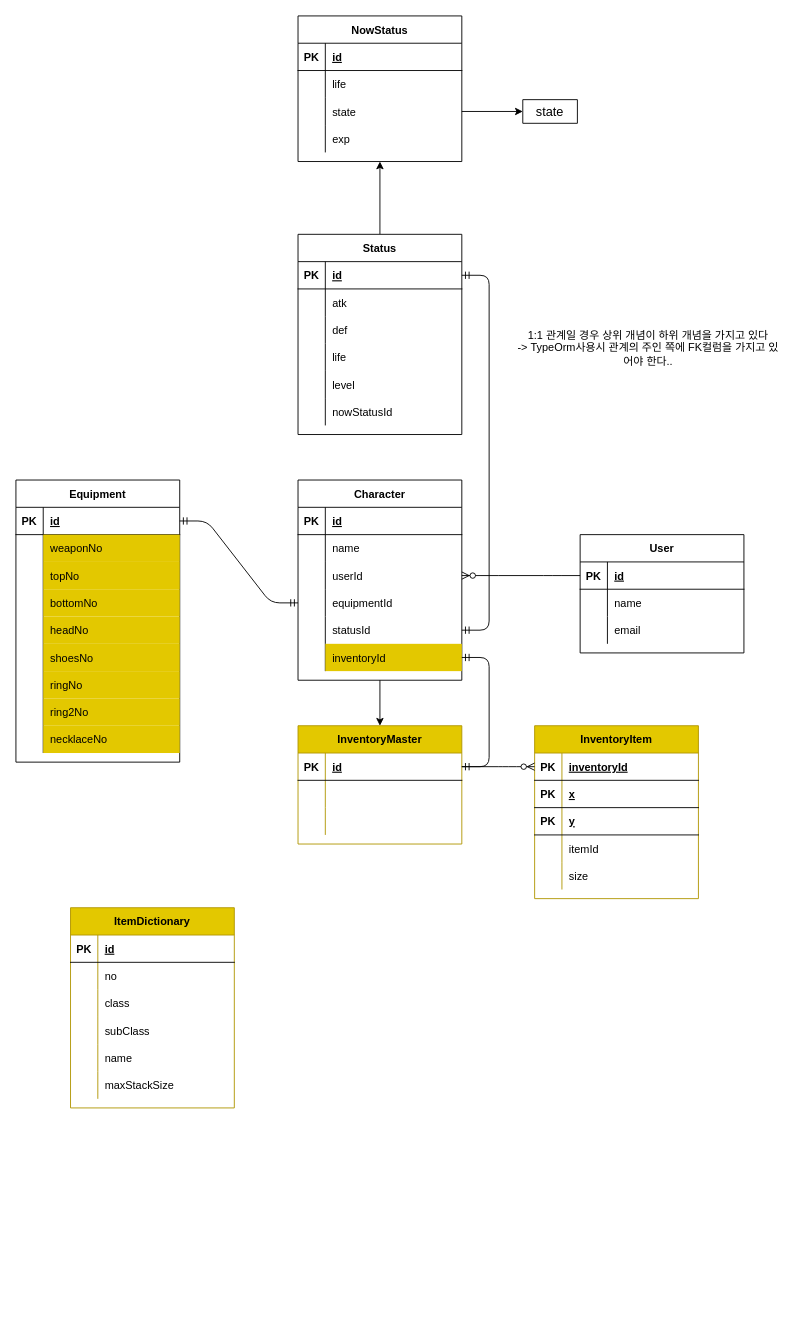
The draw.io diagram page "테이블" (2 of 2) of doc/설계_마인드맵.drawio in tjsahr0099/dev, before the edit. Source tidied: cells renumbered, new cells numbered last; positions are measured from the earlier drawing's top-left corner, leaving out a move shared by most shapes. Both pictures are drawn from the tidied source at 91%, with x=0, y=0 at pixel (15, 15).
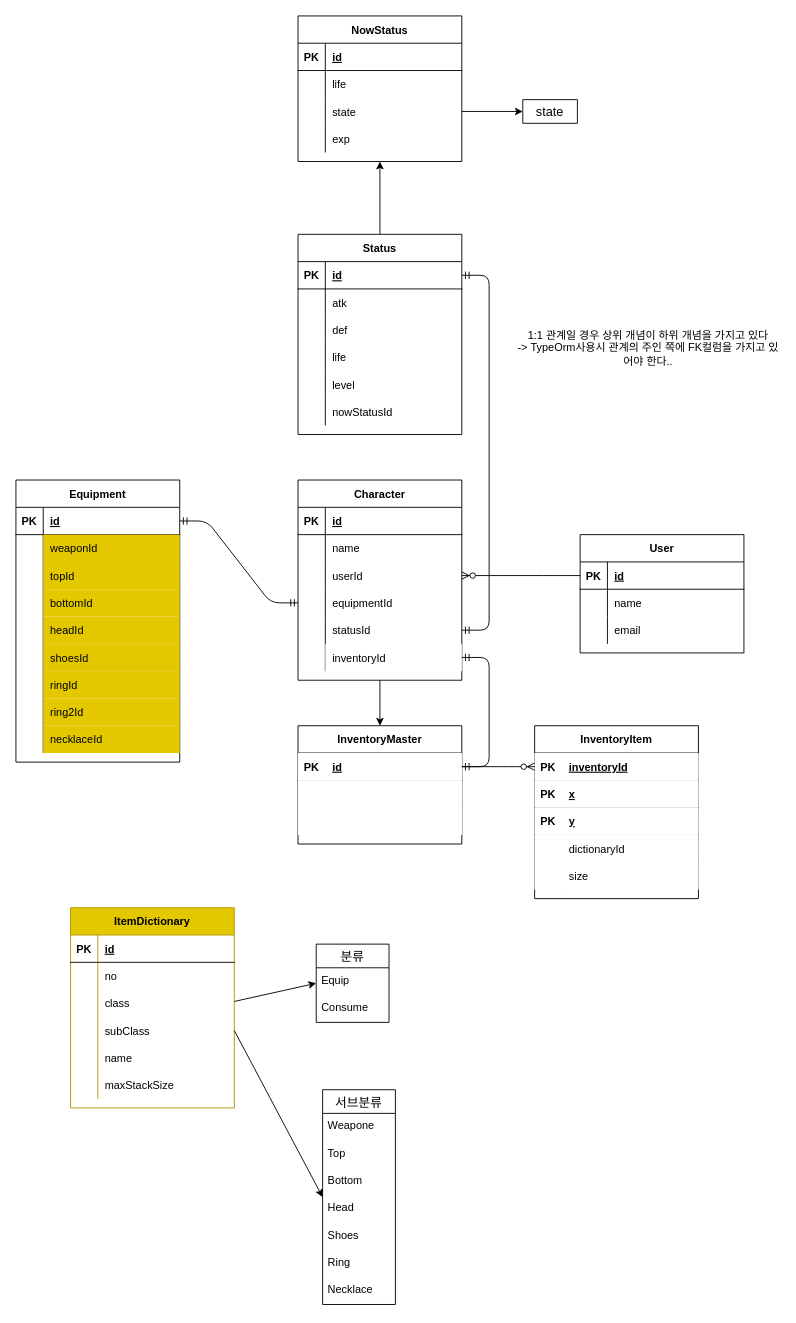
The same diagram, later.

Unchanged cells that the change refers to:
```xml
<mxCell id="20" style="shape=partialRectangle;fillColor=none;top=0;left=0;bottom=0;right=0;points=[[0,0.5],[1,0.5]];portConstraint=eastwest;" parent="4" vertex="1">
  <mxGeometry y="180" width="180" height="30" as="geometry" />
</mxCell>
<mxCell id="37" style="shape=partialRectangle;fillColor=none;top=0;left=0;bottom=0;right=0;" parent="33" vertex="1">
  <mxGeometry y="60" width="180" height="30" as="geometry" />
</mxCell>
<mxCell id="40" style="shape=partialRectangle;fillColor=none;top=0;left=0;bottom=0;right=0;" parent="33" vertex="1">
  <mxGeometry y="90" width="180" height="30" as="geometry" />
</mxCell>
<mxCell id="43" style="shape=partialRectangle;fillColor=none;top=0;left=0;bottom=0;right=0;" parent="33" vertex="1">
  <mxGeometry y="120" width="180" height="30" as="geometry" />
</mxCell>
<mxCell id="46" style="shape=partialRectangle;fillColor=none;top=0;left=0;bottom=0;right=0;" parent="33" vertex="1">
  <mxGeometry y="150" width="180" height="30" as="geometry" />
</mxCell>
<mxCell id="49" style="shape=partialRectangle;fillColor=none;top=0;left=0;bottom=0;right=0;" parent="33" vertex="1">
  <mxGeometry y="180" width="180" height="30" as="geometry" />
</mxCell>
<mxCell id="52" style="shape=partialRectangle;fillColor=none;top=0;left=0;bottom=0;right=0;" parent="33" vertex="1">
  <mxGeometry y="210" width="180" height="30" as="geometry" />
</mxCell>
<mxCell id="55" style="shape=partialRectangle;fillColor=none;top=0;left=0;bottom=0;right=0;" parent="33" vertex="1">
  <mxGeometry y="240" width="180" height="30" as="geometry" />
</mxCell>
<mxCell id="58" style="shape=partialRectangle;fillColor=none;top=0;left=0;bottom=0;right=0;" parent="33" vertex="1">
  <mxGeometry y="270" width="180" height="30" as="geometry" />
</mxCell>
<mxCell id="137" style="shape=partialRectangle;fillColor=none;top=0;left=0;bottom=0;right=0;points=[[0,0.5],[1,0.5]];portConstraint=eastwest;" parent="127" vertex="1">
  <mxGeometry y="120" width="180" height="30" as="geometry" />
</mxCell>
```

Diff of the diagram source:
```diff
@@
-    <mxCell id="22" value="inventoryId" style="shape=partialRectangle;fillColor=#e3c800;top=0;left=0;bottom=0;right=0;align=left;spacingLeft=6;overflow=hidden;strokeColor=#B09500;fontColor=#000000;" parent="20" vertex="1">
+    <mxCell id="22" value="inventoryId" style="shape=partialRectangle;top=0;left=0;bottom=0;right=0;align=left;spacingLeft=6;overflow=hidden;" parent="20" vertex="1">
       <mxGeometry x="30" width="150" height="30" as="geometry" />
     </mxCell>
@@
-    <mxCell id="39" value="weaponNo" style="shape=partialRectangle;fillColor=#e3c800;top=0;left=0;bottom=0;right=0;align=left;spacingLeft=6;overflow=hidden;strokeColor=#B09500;fontColor=#000000;" parent="37" vertex="1">
+    <mxCell id="39" value="weaponId" style="shape=partialRectangle;fillColor=#e3c800;top=0;left=0;bottom=0;right=0;align=left;spacingLeft=6;overflow=hidden;strokeColor=#B09500;fontColor=#000000;" parent="37" vertex="1">
       <mxGeometry x="30" width="150" height="30" as="geometry" />
     </mxCell>
@@
-    <mxCell id="42" value="topNo" style="shape=partialRectangle;fillColor=#e3c800;top=0;left=0;bottom=0;right=0;align=left;spacingLeft=6;overflow=hidden;strokeColor=#B09500;fontColor=#000000;" parent="40" vertex="1">
+    <mxCell id="42" value="topId" style="shape=partialRectangle;fillColor=#e3c800;top=0;left=0;bottom=0;right=0;align=left;spacingLeft=6;overflow=hidden;strokeColor=#B09500;fontColor=#000000;" parent="40" vertex="1">
       <mxGeometry x="30" width="150" height="30" as="geometry" />
     </mxCell>
@@
-    <mxCell id="45" value="bottomNo" style="shape=partialRectangle;fillColor=#e3c800;top=0;left=0;bottom=0;right=0;align=left;spacingLeft=6;overflow=hidden;strokeColor=#B09500;fontColor=#000000;" parent="43" vertex="1">
+    <mxCell id="45" value="bottomId" style="shape=partialRectangle;fillColor=#e3c800;top=0;left=0;bottom=0;right=0;align=left;spacingLeft=6;overflow=hidden;strokeColor=#B09500;fontColor=#000000;" parent="43" vertex="1">
       <mxGeometry x="30" width="150" height="30" as="geometry" />
     </mxCell>
@@
-    <mxCell id="48" value="headNo" style="shape=partialRectangle;fillColor=#e3c800;top=0;left=0;bottom=0;right=0;align=left;spacingLeft=6;overflow=hidden;strokeColor=#B09500;fontColor=#000000;" parent="46" vertex="1">
+    <mxCell id="48" value="headId" style="shape=partialRectangle;fillColor=#e3c800;top=0;left=0;bottom=0;right=0;align=left;spacingLeft=6;overflow=hidden;strokeColor=#B09500;fontColor=#000000;" parent="46" vertex="1">
       <mxGeometry x="30" width="150" height="30" as="geometry" />
     </mxCell>
@@
-    <mxCell id="51" value="shoesNo" style="shape=partialRectangle;fillColor=#e3c800;top=0;left=0;bottom=0;right=0;align=left;spacingLeft=6;overflow=hidden;strokeColor=#B09500;fontColor=#000000;" parent="49" vertex="1">
+    <mxCell id="51" value="shoesId" style="shape=partialRectangle;fillColor=#e3c800;top=0;left=0;bottom=0;right=0;align=left;spacingLeft=6;overflow=hidden;strokeColor=#B09500;fontColor=#000000;" parent="49" vertex="1">
       <mxGeometry x="30" width="150" height="30" as="geometry" />
     </mxCell>
@@
-    <mxCell id="54" value="ringNo" style="shape=partialRectangle;fillColor=#e3c800;top=0;left=0;bottom=0;right=0;align=left;spacingLeft=6;overflow=hidden;strokeColor=#B09500;fontColor=#000000;" parent="52" vertex="1">
+    <mxCell id="54" value="ringId" style="shape=partialRectangle;fillColor=#e3c800;top=0;left=0;bottom=0;right=0;align=left;spacingLeft=6;overflow=hidden;strokeColor=#B09500;fontColor=#000000;" parent="52" vertex="1">
       <mxGeometry x="30" width="150" height="30" as="geometry" />
     </mxCell>
@@
-    <mxCell id="57" value="ring2No" style="shape=partialRectangle;fillColor=#e3c800;top=0;left=0;bottom=0;right=0;align=left;spacingLeft=6;overflow=hidden;strokeColor=#B09500;fontColor=#000000;" parent="55" vertex="1">
+    <mxCell id="57" value="ring2Id" style="shape=partialRectangle;fillColor=#e3c800;top=0;left=0;bottom=0;right=0;align=left;spacingLeft=6;overflow=hidden;strokeColor=#B09500;fontColor=#000000;" parent="55" vertex="1">
       <mxGeometry x="30" width="150" height="30" as="geometry" />
     </mxCell>
@@
-    <mxCell id="60" value="necklaceNo" style="shape=partialRectangle;fillColor=#e3c800;top=0;left=0;bottom=0;right=0;align=left;spacingLeft=6;overflow=hidden;strokeColor=#B09500;fontColor=#000000;" parent="58" vertex="1">
+    <mxCell id="60" value="necklaceId" style="shape=partialRectangle;fillColor=#e3c800;top=0;left=0;bottom=0;right=0;align=left;spacingLeft=6;overflow=hidden;strokeColor=#B09500;fontColor=#000000;" parent="58" vertex="1">
       <mxGeometry x="30" width="150" height="30" as="geometry" />
     </mxCell>
@@
-    <mxCell id="99" value="InventoryMaster" style="shape=table;startSize=30;childLayout=tableLayout;rowLines=0;fontStyle=1;align=center;fillColor=#e3c800;strokeColor=#B09500;fontColor=#000000;" parent="1" vertex="1">
+    <mxCell id="99" value="InventoryMaster" style="shape=table;startSize=30;childLayout=tableLayout;rowLines=0;fontStyle=1;align=center;" parent="1" vertex="1">
       <mxGeometry x="310" y="780" width="180" height="130" as="geometry" />
     </mxCell>
-    <mxCell id="100" style="shape=partialRectangle;fillColor=none;top=0;left=0;bottom=1;right=0;points=[[0,0.5],[1,0.5]];portConstraint=eastwest;" parent="99" vertex="1">
+    <mxCell id="100" style="shape=partialRectangle;top=0;left=0;bottom=1;right=0;points=[[0,0.5],[1,0.5]];portConstraint=eastwest;" parent="99" vertex="1">
       <mxGeometry y="30" width="180" height="30" as="geometry" />
     </mxCell>
-    <mxCell id="101" value="PK" style="shape=partialRectangle;fillColor=none;top=0;left=0;bottom=0;right=0;fontStyle=1;overflow=hidden;" parent="100" vertex="1">
+    <mxCell id="101" value="PK" style="shape=partialRectangle;top=0;left=0;bottom=0;right=0;fontStyle=1;overflow=hidden;" parent="100" vertex="1">
       <mxGeometry width="30" height="30" as="geometry" />
     </mxCell>
-    <mxCell id="102" value="id" style="shape=partialRectangle;fillColor=none;top=0;left=0;bottom=0;right=0;align=left;spacingLeft=6;fontStyle=5;overflow=hidden;" parent="100" vertex="1">
+    <mxCell id="102" value="id" style="shape=partialRectangle;top=0;left=0;bottom=0;right=0;align=left;spacingLeft=6;fontStyle=5;overflow=hidden;" parent="100" vertex="1">
       <mxGeometry x="30" width="150" height="30" as="geometry" />
     </mxCell>
-    <mxCell id="103" style="shape=partialRectangle;fillColor=none;top=0;left=0;bottom=0;right=0;" parent="99" vertex="1">
+    <mxCell id="103" style="shape=partialRectangle;top=0;left=0;bottom=0;right=0;" parent="99" vertex="1">
       <mxGeometry y="60" width="180" height="30" as="geometry" />
     </mxCell>
-    <mxCell id="104" style="shape=partialRectangle;fillColor=none;top=0;left=0;bottom=0;right=0;overflow=hidden;" parent="103" vertex="1">
+    <mxCell id="104" style="shape=partialRectangle;top=0;left=0;bottom=0;right=0;overflow=hidden;" parent="103" vertex="1">
       <mxGeometry width="30" height="30" as="geometry" />
     </mxCell>
-    <mxCell id="105" style="shape=partialRectangle;fillColor=none;top=0;left=0;bottom=0;right=0;align=left;spacingLeft=6;overflow=hidden;" parent="103" vertex="1">
+    <mxCell id="105" style="shape=partialRectangle;top=0;left=0;bottom=0;right=0;align=left;spacingLeft=6;overflow=hidden;" parent="103" vertex="1">
       <mxGeometry x="30" width="150" height="30" as="geometry" />
     </mxCell>
-    <mxCell id="106" style="shape=partialRectangle;fillColor=none;top=0;left=0;bottom=0;right=0;" parent="99" vertex="1">
+    <mxCell id="106" style="shape=partialRectangle;top=0;left=0;bottom=0;right=0;" parent="99" vertex="1">
       <mxGeometry y="90" width="180" height="30" as="geometry" />
     </mxCell>
-    <mxCell id="107" style="shape=partialRectangle;fillColor=none;top=0;left=0;bottom=0;right=0;overflow=hidden;" parent="106" vertex="1">
+    <mxCell id="107" style="shape=partialRectangle;top=0;left=0;bottom=0;right=0;overflow=hidden;" parent="106" vertex="1">
       <mxGeometry width="30" height="30" as="geometry" />
     </mxCell>
-    <mxCell id="108" style="shape=partialRectangle;fillColor=none;top=0;left=0;bottom=0;right=0;align=left;spacingLeft=6;overflow=hidden;" parent="106" vertex="1">
+    <mxCell id="108" style="shape=partialRectangle;top=0;left=0;bottom=0;right=0;align=left;spacingLeft=6;overflow=hidden;" parent="106" vertex="1">
       <mxGeometry x="30" width="150" height="30" as="geometry" />
     </mxCell>
-    <mxCell id="109" value="InventoryItem" style="shape=table;startSize=30;childLayout=tableLayout;rowLines=0;fontStyle=1;align=center;fillColor=#e3c800;strokeColor=#B09500;fontColor=#000000;" parent="1" vertex="1">
+    <mxCell id="109" value="InventoryItem" style="shape=table;startSize=30;childLayout=tableLayout;rowLines=0;fontStyle=1;align=center;" parent="1" vertex="1">
       <mxGeometry x="570" y="780" width="180" height="190" as="geometry" />
     </mxCell>
-    <mxCell id="110" style="shape=partialRectangle;fillColor=none;top=0;left=0;bottom=1;right=0;points=[[0,0.5],[1,0.5]];portConstraint=eastwest;" parent="109" vertex="1">
+    <mxCell id="110" style="shape=partialRectangle;top=0;left=0;bottom=1;right=0;points=[[0,0.5],[1,0.5]];portConstraint=eastwest;" parent="109" vertex="1">
       <mxGeometry y="30" width="180" height="30" as="geometry" />
     </mxCell>
-    <mxCell id="111" value="PK" style="shape=partialRectangle;fillColor=none;top=0;left=0;bottom=0;right=0;fontStyle=1;overflow=hidden;" parent="110" vertex="1">
+    <mxCell id="111" value="PK" style="shape=partialRectangle;top=0;left=0;bottom=0;right=0;fontStyle=1;overflow=hidden;" parent="110" vertex="1">
       <mxGeometry width="30" height="30" as="geometry" />
     </mxCell>
-    <mxCell id="112" value="inventoryId" style="shape=partialRectangle;fillColor=none;top=0;left=0;bottom=0;right=0;align=left;spacingLeft=6;fontStyle=5;overflow=hidden;" parent="110" vertex="1">
+    <mxCell id="112" value="inventoryId" style="shape=partialRectangle;top=0;left=0;bottom=0;right=0;align=left;spacingLeft=6;fontStyle=5;overflow=hidden;" parent="110" vertex="1">
       <mxGeometry x="30" width="150" height="30" as="geometry" />
     </mxCell>
-    <mxCell id="113" style="shape=partialRectangle;fillColor=none;top=0;left=0;bottom=1;right=0;" parent="109" vertex="1">
+    <mxCell id="113" style="shape=partialRectangle;top=0;left=0;bottom=1;right=0;" parent="109" vertex="1">
       <mxGeometry y="60" width="180" height="30" as="geometry" />
     </mxCell>
-    <mxCell id="114" value="PK" style="shape=partialRectangle;fillColor=none;top=0;left=0;bottom=0;right=0;fontStyle=1;overflow=hidden;" parent="113" vertex="1">
+    <mxCell id="114" value="PK" style="shape=partialRectangle;top=0;left=0;bottom=0;right=0;fontStyle=1;overflow=hidden;" parent="113" vertex="1">
       <mxGeometry width="30" height="30" as="geometry" />
     </mxCell>
-    <mxCell id="115" value="x" style="shape=partialRectangle;fillColor=none;top=0;left=0;bottom=0;right=0;align=left;spacingLeft=6;fontStyle=5;overflow=hidden;" parent="113" vertex="1">
+    <mxCell id="115" value="x" style="shape=partialRectangle;top=0;left=0;bottom=0;right=0;align=left;spacingLeft=6;fontStyle=5;overflow=hidden;" parent="113" vertex="1">
       <mxGeometry x="30" width="150" height="30" as="geometry" />
     </mxCell>
-    <mxCell id="116" style="shape=partialRectangle;fillColor=none;top=0;left=0;bottom=1;right=0;" parent="109" vertex="1">
+    <mxCell id="116" style="shape=partialRectangle;top=0;left=0;bottom=1;right=0;" parent="109" vertex="1">
       <mxGeometry y="90" width="180" height="30" as="geometry" />
     </mxCell>
-    <mxCell id="117" value="PK" style="shape=partialRectangle;fillColor=none;top=0;left=0;bottom=0;right=0;fontStyle=1;overflow=hidden;" parent="116" vertex="1">
+    <mxCell id="117" value="PK" style="shape=partialRectangle;top=0;left=0;bottom=0;right=0;fontStyle=1;overflow=hidden;" parent="116" vertex="1">
       <mxGeometry width="30" height="30" as="geometry" />
     </mxCell>
-    <mxCell id="118" value="y" style="shape=partialRectangle;fillColor=none;top=0;left=0;bottom=0;right=0;align=left;spacingLeft=6;fontStyle=5;overflow=hidden;" parent="116" vertex="1">
+    <mxCell id="118" value="y" style="shape=partialRectangle;top=0;left=0;bottom=0;right=0;align=left;spacingLeft=6;fontStyle=5;overflow=hidden;" parent="116" vertex="1">
       <mxGeometry x="30" width="150" height="30" as="geometry" />
     </mxCell>
-    <mxCell id="119" style="shape=partialRectangle;fillColor=none;top=0;left=0;bottom=0;right=0;" parent="109" vertex="1">
+    <mxCell id="119" style="shape=partialRectangle;top=0;left=0;bottom=0;right=0;" parent="109" vertex="1">
       <mxGeometry y="120" width="180" height="30" as="geometry" />
     </mxCell>
-    <mxCell id="120" style="shape=partialRectangle;fillColor=none;top=0;left=0;bottom=0;right=0;overflow=hidden;" parent="119" vertex="1">
+    <mxCell id="120" style="shape=partialRectangle;top=0;left=0;bottom=0;right=0;overflow=hidden;" parent="119" vertex="1">
       <mxGeometry width="30" height="30" as="geometry" />
     </mxCell>
-    <mxCell id="121" value="itemId" style="shape=partialRectangle;fillColor=none;top=0;left=0;bottom=0;right=0;align=left;spacingLeft=6;overflow=hidden;" parent="119" vertex="1">
+    <mxCell id="121" value="dictionaryId" style="shape=partialRectangle;top=0;left=0;bottom=0;right=0;align=left;spacingLeft=6;overflow=hidden;" parent="119" vertex="1">
       <mxGeometry x="30" width="150" height="30" as="geometry" />
     </mxCell>
-    <mxCell id="122" style="shape=partialRectangle;fillColor=none;top=0;left=0;bottom=0;right=0;" parent="109" vertex="1">
+    <mxCell id="122" style="shape=partialRectangle;top=0;left=0;bottom=0;right=0;" parent="109" vertex="1">
       <mxGeometry y="150" width="180" height="30" as="geometry" />
     </mxCell>
-    <mxCell id="123" style="shape=partialRectangle;fillColor=none;top=0;left=0;bottom=0;right=0;overflow=hidden;" parent="122" vertex="1">
+    <mxCell id="123" style="shape=partialRectangle;top=0;left=0;bottom=0;right=0;overflow=hidden;" parent="122" vertex="1">
       <mxGeometry width="30" height="30" as="geometry" />
     </mxCell>
-    <mxCell id="124" value="size" style="shape=partialRectangle;fillColor=none;top=0;left=0;bottom=0;right=0;align=left;spacingLeft=6;overflow=hidden;" parent="122" vertex="1">
+    <mxCell id="124" value="size" style="shape=partialRectangle;top=0;left=0;bottom=0;right=0;align=left;spacingLeft=6;overflow=hidden;" parent="122" vertex="1">
       <mxGeometry x="30" width="150" height="30" as="geometry" />
     </mxCell>
@@
+    <mxCell id="146" value="분류" style="swimlane;fontStyle=0;horizontal=1;startSize=26;align=center;fontSize=14;" parent="1" vertex="1">
+      <mxGeometry x="330" y="1020" width="80" height="86" as="geometry" />
+    </mxCell>
+    <mxCell id="147" value="Equip" style="text;strokeColor=none;fillColor=none;spacingLeft=4;spacingRight=4;overflow=hidden;fontSize=12;" parent="146" vertex="1">
+      <mxGeometry y="26" width="80" height="30" as="geometry" />
+    </mxCell>
+    <mxCell id="148" value="Consume" style="text;strokeColor=none;fillColor=none;spacingLeft=4;spacingRight=4;overflow=hidden;fontSize=12;" parent="146" vertex="1">
+      <mxGeometry y="56" width="80" height="30" as="geometry" />
+    </mxCell>
+    <mxCell id="149" style="endArrow=classic;html=1;exitX=1;exitY=0.5;exitDx=0;exitDy=0;entryX=0;entryY=0.5;entryDx=0;entryDy=0;" parent="1" edge="1" target="146">
+      <mxGeometry relative="1" as="geometry">
+        <mxPoint x="240" y="1083" as="sourcePoint" />
+      </mxGeometry>
+    </mxCell>
+    <mxCell id="150" value="서브분류" style="swimlane;fontStyle=0;horizontal=1;startSize=26;align=center;fontSize=14;" parent="1" vertex="1">
+      <mxGeometry x="337" y="1180" width="80" height="236" as="geometry" />
+    </mxCell>
+    <mxCell id="151" value="Weapone" style="text;strokeColor=none;fillColor=none;spacingLeft=4;spacingRight=4;overflow=hidden;fontSize=12;" parent="150" vertex="1">
+      <mxGeometry y="26" width="80" height="30" as="geometry" />
+    </mxCell>
+    <mxCell id="152" value="Top" style="text;strokeColor=none;fillColor=none;spacingLeft=4;spacingRight=4;overflow=hidden;fontSize=12;" parent="150" vertex="1">
+      <mxGeometry y="56" width="80" height="30" as="geometry" />
+    </mxCell>
+    <mxCell id="153" value="Bottom" style="text;strokeColor=none;fillColor=none;spacingLeft=4;spacingRight=4;overflow=hidden;fontSize=12;" parent="150" vertex="1">
+      <mxGeometry y="86" width="80" height="30" as="geometry" />
+    </mxCell>
+    <mxCell id="154" value="Head" style="text;strokeColor=none;fillColor=none;spacingLeft=4;spacingRight=4;overflow=hidden;fontSize=12;" parent="150" vertex="1">
+      <mxGeometry y="116" width="80" height="30" as="geometry" />
+    </mxCell>
+    <mxCell id="155" value="Shoes" style="text;strokeColor=none;fillColor=none;spacingLeft=4;spacingRight=4;overflow=hidden;fontSize=12;" parent="150" vertex="1">
+      <mxGeometry y="146" width="80" height="30" as="geometry" />
+    </mxCell>
+    <mxCell id="156" value="Ring" style="text;strokeColor=none;fillColor=none;spacingLeft=4;spacingRight=4;overflow=hidden;fontSize=12;" parent="150" vertex="1">
+      <mxGeometry y="176" width="80" height="30" as="geometry" />
+    </mxCell>
+    <mxCell id="157" value="Necklace" style="text;strokeColor=none;fillColor=none;spacingLeft=4;spacingRight=4;overflow=hidden;fontSize=12;" parent="150" vertex="1">
+      <mxGeometry y="206" width="80" height="30" as="geometry" />
+    </mxCell>
+    <mxCell id="158" style="endArrow=classic;html=1;exitX=1;exitY=0.5;exitDx=0;exitDy=0;entryX=0;entryY=0.5;entryDx=0;entryDy=0;" parent="1" edge="1" source="137" target="150">
+      <mxGeometry relative="1" as="geometry" />
+    </mxCell>
```
